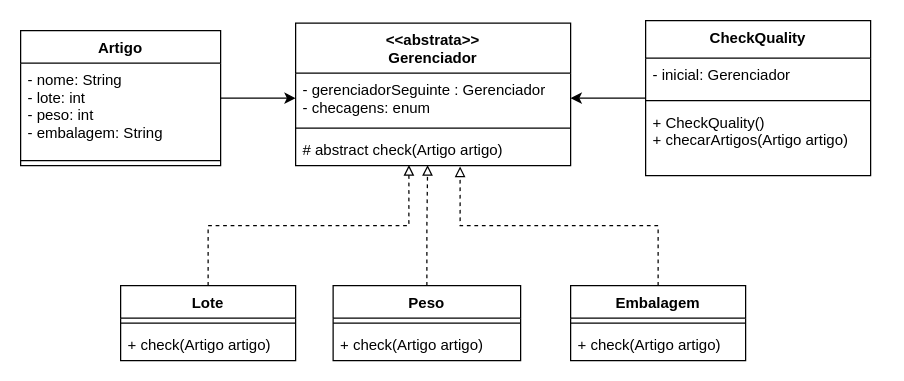
Earlier version of the draw.io diagram Aula04/mesa.drawio (moreirafelipe/dh-backend). Source tidied: cells renumbered, new cells numbered last; positions are measured from the earlier drawing's top-left corner, leaving out a move shared by most shapes. Both pictures are drawn from the tidied source at 125%, with x=0, y=0 at pixel (20, 20).
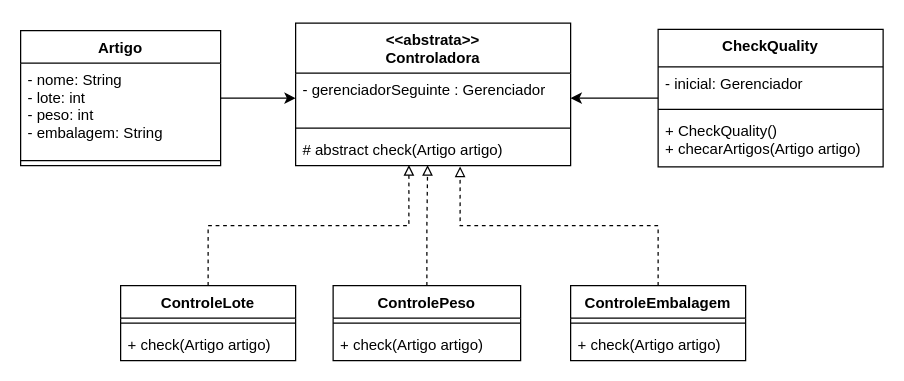
Above is the later version.

The edit, as a diff of the source:
```diff
@@
     <mxCell id="3" value="CheckQuality" style="swimlane;fontStyle=1;align=center;verticalAlign=top;horizontal=1;startSize=30;" parent="1" vertex="1">
-      <mxGeometry x="500" width="180" height="124" as="geometry" />
+      <mxGeometry x="510" y="7" width="180" height="110" as="geometry" />
     </mxCell>
@@
     <mxCell id="6" value="+ CheckQuality()&#10;+ checarArtigos(Artigo artigo)" style="text;strokeColor=none;fillColor=none;align=left;verticalAlign=top;spacingLeft=4;spacingRight=4;overflow=hidden;" parent="3" vertex="1">
-      <mxGeometry y="68" width="180" height="56" as="geometry" />
+      <mxGeometry y="68" width="180" height="42" as="geometry" />
     </mxCell>
@@
-    <mxCell id="8" value="Lote" style="swimlane;fontStyle=1;align=center;verticalAlign=top;horizontal=1;startSize=26;" parent="1" vertex="1">
+    <mxCell id="8" value="ControleLote" style="swimlane;fontStyle=1;align=center;verticalAlign=top;horizontal=1;startSize=26;" parent="1" vertex="1">
       <mxGeometry x="80" y="212" width="140" height="60" as="geometry" />
     </mxCell>
@@
-    <mxCell id="12" value="Peso" style="swimlane;fontStyle=1;align=center;verticalAlign=top;horizontal=1;startSize=26;" parent="1" vertex="1">
+    <mxCell id="12" value="ControlePeso" style="swimlane;fontStyle=1;align=center;verticalAlign=top;horizontal=1;startSize=26;" parent="1" vertex="1">
       <mxGeometry x="250" y="212" width="150" height="60" as="geometry" />
     </mxCell>
@@
-    <mxCell id="16" value="Embalagem" style="swimlane;fontStyle=1;align=center;verticalAlign=top;horizontal=1;startSize=26;" parent="1" vertex="1">
+    <mxCell id="16" value="ControleEmbalagem" style="swimlane;fontStyle=1;align=center;verticalAlign=top;horizontal=1;startSize=26;" parent="1" vertex="1">
       <mxGeometry x="440" y="212" width="140" height="60" as="geometry" />
     </mxCell>
@@
-    <mxCell id="23" value="&lt;&lt;abstrata&gt;&gt;&#10;Gerenciador" style="swimlane;fontStyle=1;align=center;verticalAlign=top;horizontal=1;startSize=40;" parent="1" vertex="1">
+    <mxCell id="23" value="&lt;&lt;abstrata&gt;&gt;&#10;Controladora" style="swimlane;fontStyle=1;align=center;verticalAlign=top;horizontal=1;startSize=40;" parent="1" vertex="1">
       <mxGeometry x="220" y="2" width="220" height="114" as="geometry" />
     </mxCell>
-    <mxCell id="24" value="- gerenciadorSeguinte : Gerenciador&#10;- checagens: enum" style="text;strokeColor=none;fillColor=none;align=left;verticalAlign=top;spacingLeft=4;spacingRight=4;overflow=hidden;points=[[0,0.5],[1,0.5]];portConstraint=eastwest;" parent="23" vertex="1">
+    <mxCell id="24" value="- gerenciadorSeguinte : Gerenciador" style="text;strokeColor=none;fillColor=none;align=left;verticalAlign=top;spacingLeft=4;spacingRight=4;overflow=hidden;points=[[0,0.5],[1,0.5]];portConstraint=eastwest;" parent="23" vertex="1">
       <mxGeometry y="40" width="220" height="40" as="geometry" />
     </mxCell>
```
